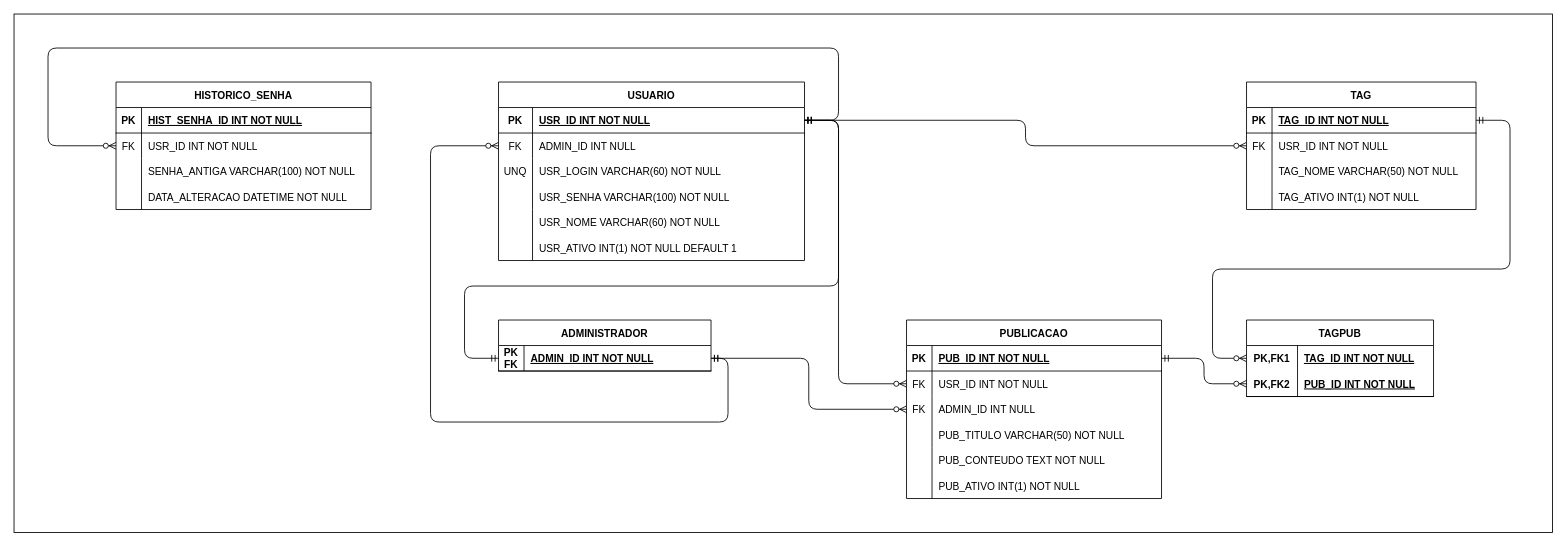
Earlier version of the draw.io diagram BD/DER.drawio (cMatheusBRibeiro/Lab-V). Source tidied: cells renumbered, new cells numbered last; positions are measured from the earlier drawing's top-left corner, leaving out a move shared by most shapes. Both pictures are drawn from the tidied source at 85%, with x=0, y=0 at pixel (14, 14).
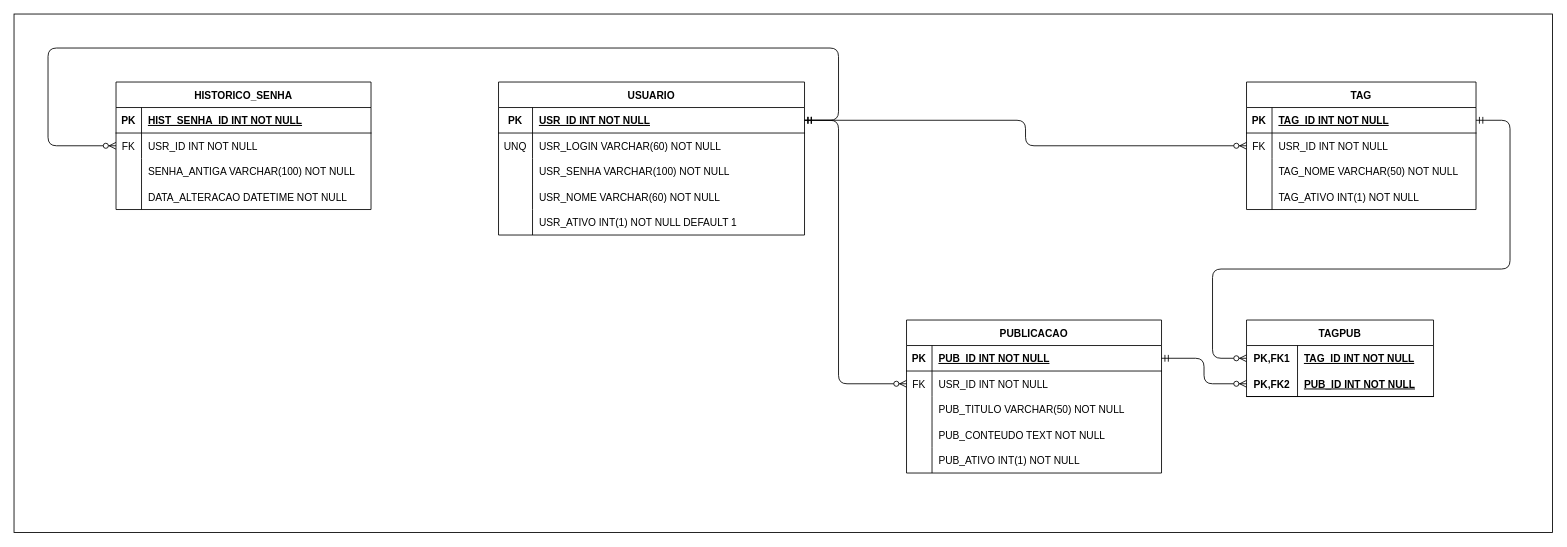
After the change.

The change refers to these unchanged cells:
```xml
<mxCell id="4" style="shape=partialRectangle;fillColor=none;points=[[0,0.5],[1,0.5]];portConstraint=eastwest;top=0;left=0;right=0;bottom=1;" parent="3" vertex="1">
  <mxGeometry y="30" width="360" height="30" as="geometry" />
</mxCell>
```

What changed in the source:
```diff
@@
     <mxCell id="3" value="USUARIO" style="shape=table;startSize=30;childLayout=tableLayout;rowLines=0;fontStyle=1;align=center;" parent="1" vertex="1">
-      <mxGeometry x="570" y="80" width="360" height="210" as="geometry" />
+      <mxGeometry x="570" y="80" width="360" height="180" as="geometry" />
     </mxCell>
@@
-    <mxCell id="7" style="shape=partialRectangle;fillColor=none;top=0;left=0;bottom=0;right=0;points=[[0,0.5],[1,0.5]];portConstraint=eastwest;" parent="3" vertex="1">
-      <mxGeometry y="60" width="360" height="30" as="geometry" />
-    </mxCell>
-    <mxCell id="8" value="FK" style="shape=partialRectangle;fillColor=none;top=0;left=0;bottom=0;right=0;fontStyle=0;overflow=hidden;" parent="7" vertex="1">
-      <mxGeometry width="40" height="30" as="geometry" />
-    </mxCell>
-    <mxCell id="9" value="ADMIN_ID INT NULL" style="shape=partialRectangle;fillColor=none;top=0;left=0;bottom=0;right=0;align=left;spacingLeft=6;fontStyle=0;overflow=hidden;" parent="7" vertex="1">
-      <mxGeometry x="40" width="320" height="30" as="geometry" />
-    </mxCell>
     <mxCell id="10" style="shape=partialRectangle;fillColor=none;top=0;left=0;bottom=0;right=0;" parent="3" vertex="1">
-      <mxGeometry y="90" width="360" height="30" as="geometry" />
+      <mxGeometry y="60" width="360" height="30" as="geometry" />
     </mxCell>
@@
     <mxCell id="13" style="shape=partialRectangle;fillColor=none;top=0;left=0;bottom=0;right=0;" parent="3" vertex="1">
-      <mxGeometry y="120" width="360" height="30" as="geometry" />
+      <mxGeometry y="90" width="360" height="30" as="geometry" />
     </mxCell>
@@
     <mxCell id="16" style="shape=partialRectangle;fillColor=none;top=0;left=0;right=0;bottom=0;" parent="3" vertex="1">
-      <mxGeometry y="150" width="360" height="30" as="geometry" />
+      <mxGeometry y="120" width="360" height="30" as="geometry" />
     </mxCell>
@@
     <mxCell id="19" style="shape=partialRectangle;fillColor=none;top=0;left=0;bottom=0;right=0;" parent="3" vertex="1">
-      <mxGeometry y="180" width="360" height="30" as="geometry" />
+      <mxGeometry y="150" width="360" height="30" as="geometry" />
     </mxCell>
@@
-    <mxCell id="22" value="ADMINISTRADOR" style="shape=table;startSize=30;childLayout=tableLayout;rowLines=0;fontStyle=1;align=center;" parent="1" vertex="1">
-      <mxGeometry x="570" y="360" width="250" height="60" as="geometry" />
-    </mxCell>
-    <mxCell id="23" style="shape=partialRectangle;fillColor=none;top=0;left=0;bottom=1;right=0;points=[[0,0.5],[1,0.5]];portConstraint=eastwest;" parent="22" vertex="1">
-      <mxGeometry y="30" width="250" height="30" as="geometry" />
-    </mxCell>
-    <mxCell id="24" value="PK&#10;FK" style="shape=partialRectangle;fillColor=none;top=0;left=0;bottom=0;right=0;fontStyle=1;overflow=hidden;" parent="23" vertex="1">
-      <mxGeometry width="30" height="30" as="geometry" />
-    </mxCell>
-    <mxCell id="25" value="ADMIN_ID INT NOT NULL" style="shape=partialRectangle;fillColor=none;top=0;left=0;bottom=0;right=0;align=left;spacingLeft=6;fontStyle=5;overflow=hidden;" parent="23" vertex="1">
-      <mxGeometry x="30" width="220" height="30" as="geometry" />
-    </mxCell>
-    <mxCell id="26" style="edgeStyle=orthogonalEdgeStyle;fontSize=12;html=1;endArrow=ERmandOne;startArrow=ERmandOne;exitX=0;exitY=0.5;exitDx=0;exitDy=0;entryX=1;entryY=0.5;entryDx=0;entryDy=0;" parent="1" edge="1" source="23" target="4">
-      <mxGeometry relative="1" as="geometry">
-        <Array as="points">
-          <mxPoint x="530" y="405" />
-          <mxPoint x="530" y="320" />
-          <mxPoint x="970" y="320" />
-          <mxPoint x="970" y="125" />
-        </Array>
-      </mxGeometry>
-    </mxCell>
     <mxCell id="27" value="PUBLICACAO" style="shape=table;startSize=30;childLayout=tableLayout;rowLines=0;fontStyle=1;align=center;" parent="1" vertex="1">
-      <mxGeometry x="1050" y="360" width="300" height="210" as="geometry" />
+      <mxGeometry x="1050" y="360" width="300" height="180" as="geometry" />
     </mxCell>
@@
-    <mxCell id="34" style="shape=partialRectangle;fillColor=none;top=0;left=0;bottom=0;right=0;points=[[0,0.5],[1,0.5]];portConstraint=eastwest;" parent="27" vertex="1">
-      <mxGeometry y="90" width="300" height="30" as="geometry" />
-    </mxCell>
-    <mxCell id="35" value="FK" style="shape=partialRectangle;fillColor=none;top=0;left=0;bottom=0;right=0;overflow=hidden;" parent="34" vertex="1">
-      <mxGeometry width="30" height="30" as="geometry" />
-    </mxCell>
-    <mxCell id="36" value="ADMIN_ID INT NULL" style="shape=partialRectangle;fillColor=none;top=0;left=0;bottom=0;right=0;align=left;spacingLeft=6;overflow=hidden;" parent="34" vertex="1">
-      <mxGeometry x="30" width="270" height="30" as="geometry" />
-    </mxCell>
     <mxCell id="37" style="shape=partialRectangle;fillColor=none;top=0;left=0;bottom=0;right=0;" parent="27" vertex="1">
-      <mxGeometry y="120" width="300" height="30" as="geometry" />
+      <mxGeometry y="90" width="300" height="30" as="geometry" />
     </mxCell>
@@
     <mxCell id="40" style="shape=partialRectangle;fillColor=none;top=0;left=0;bottom=0;right=0;" parent="27" vertex="1">
-      <mxGeometry y="150" width="300" height="30" as="geometry" />
+      <mxGeometry y="120" width="300" height="30" as="geometry" />
     </mxCell>
@@
     <mxCell id="43" style="shape=partialRectangle;fillColor=none;top=0;left=0;bottom=0;right=0;" parent="27" vertex="1">
-      <mxGeometry y="180" width="300" height="30" as="geometry" />
+      <mxGeometry y="150" width="300" height="30" as="geometry" />
     </mxCell>
@@
-    <mxCell id="46" style="edgeStyle=orthogonalEdgeStyle;fontSize=12;html=1;endArrow=ERzeroToMany;startArrow=ERmandOne;exitX=1;exitY=0.5;exitDx=0;exitDy=0;entryX=0;entryY=0.5;entryDx=0;entryDy=0;" parent="1" edge="1" source="23" target="34">
-      <mxGeometry relative="1" as="geometry" />
-    </mxCell>
@@
-    <mxCell id="71" style="edgeStyle=orthogonalEdgeStyle;fontSize=12;html=1;endArrow=ERzeroToMany;startArrow=ERmandOne;exitX=1;exitY=0.5;exitDx=0;exitDy=0;entryX=0;entryY=0.5;entryDx=0;entryDy=0;" parent="1" edge="1" source="23" target="7">
-      <mxGeometry relative="1" as="geometry">
-        <Array as="points">
-          <mxPoint x="840" y="405" />
-          <mxPoint x="840" y="480" />
-          <mxPoint x="490" y="480" />
-          <mxPoint x="490" y="155" />
-        </Array>
-      </mxGeometry>
-    </mxCell>
```
